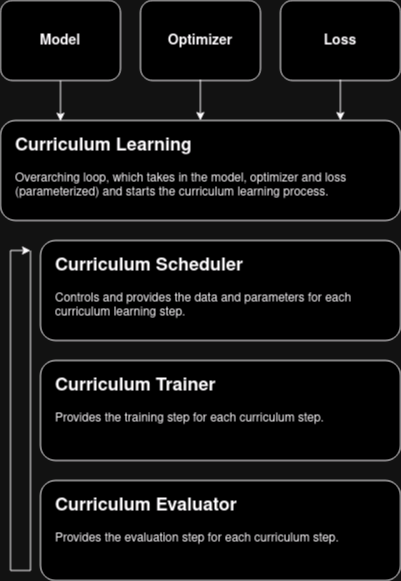
Before: doc/img/curriculum_loop.drawio.png, a diagram exported from draw.io (kotserge/pinn-curriculum-learning). Source tidied: cells renumbered, new cells last; positions are measured from the earlier drawing's top-left corner, leaving out a move shared by most shapes.
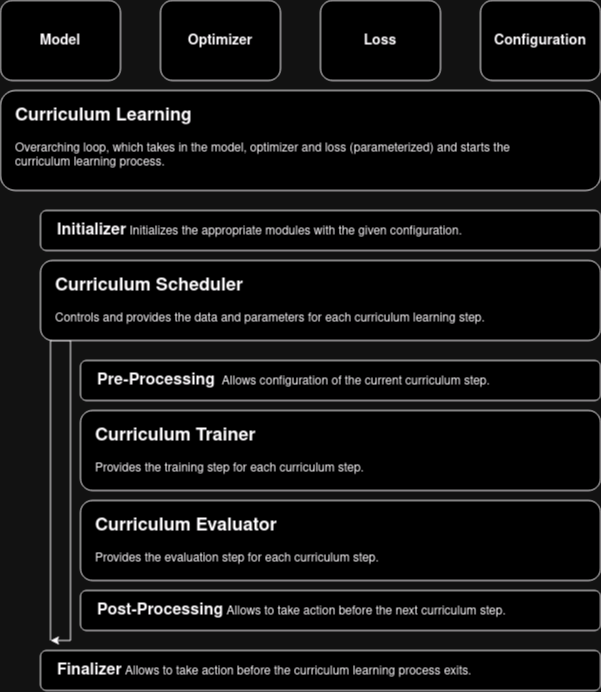
The same file after the commit.

What changed in the source:
```diff
@@ -3,72 +3,87 @@
     <mxCell id="0" />
     <mxCell id="1" parent="0" />
     <mxCell id="2" style="rounded=1;whiteSpace=wrap;html=1;" parent="1" vertex="1">
-      <mxGeometry width="120" height="80" as="geometry" />
+      <mxGeometry x="-40" y="30" width="120" height="80" as="geometry" />
     </mxCell>
     <mxCell id="3" style="rounded=1;whiteSpace=wrap;html=1;" parent="1" vertex="1">
-      <mxGeometry x="140" width="120" height="80" as="geometry" />
+      <mxGeometry x="120" y="30" width="120" height="80" as="geometry" />
     </mxCell>
     <mxCell id="4" style="rounded=1;whiteSpace=wrap;html=1;" parent="1" vertex="1">
-      <mxGeometry x="280" width="120" height="80" as="geometry" />
+      <mxGeometry x="280" y="30" width="120" height="80" as="geometry" />
     </mxCell>
     <mxCell id="5" value="&lt;h3&gt;Model&lt;/h3&gt;" style="text;html=1;strokeColor=none;fillColor=none;align=center;verticalAlign=middle;whiteSpace=wrap;rounded=0;" parent="1" vertex="1">
-      <mxGeometry x="30" y="25" width="60" height="30" as="geometry" />
+      <mxGeometry x="-10" y="55" width="60" height="30" as="geometry" />
     </mxCell>
     <mxCell id="6" value="&lt;h3&gt;Optimizer&lt;/h3&gt;" style="text;html=1;strokeColor=none;fillColor=none;align=center;verticalAlign=middle;whiteSpace=wrap;rounded=0;" parent="1" vertex="1">
-      <mxGeometry x="170" y="25" width="60" height="30" as="geometry" />
+      <mxGeometry x="150" y="55" width="60" height="30" as="geometry" />
     </mxCell>
     <mxCell id="7" value="&lt;h3&gt;Loss&lt;/h3&gt;" style="text;html=1;strokeColor=none;fillColor=none;align=center;verticalAlign=middle;whiteSpace=wrap;rounded=0;" parent="1" vertex="1">
-      <mxGeometry x="310" y="25" width="60" height="30" as="geometry" />
+      <mxGeometry x="310" y="55" width="60" height="30" as="geometry" />
     </mxCell>
     <mxCell id="8" style="rounded=1;whiteSpace=wrap;html=1;" parent="1" vertex="1">
-      <mxGeometry y="120" width="400" height="100" as="geometry" />
+      <mxGeometry x="-40" y="120" width="600" height="100" as="geometry" />
     </mxCell>
     <mxCell id="9" value="&lt;h2&gt;Curriculum Learning&lt;br&gt;&lt;/h2&gt;&lt;p&gt;Overarching loop, which takes in the model, optimizer and loss (parameterized) and starts the curriculum learning process.&lt;br&gt;&lt;/p&gt;" style="text;html=1;strokeColor=none;fillColor=none;spacing=5;spacingTop=-20;whiteSpace=wrap;overflow=hidden;rounded=0;" parent="1" vertex="1">
-      <mxGeometry x="10" y="130" width="380" height="80" as="geometry" />
+      <mxGeometry x="-30" y="130" width="550" height="80" as="geometry" />
     </mxCell>
     <mxCell id="10" style="rounded=1;whiteSpace=wrap;html=1;" parent="1" vertex="1">
-      <mxGeometry x="40" y="240" width="360" height="100" as="geometry" />
+      <mxGeometry y="240" width="560" height="40" as="geometry" />
     </mxCell>
+    <mxCell id="19" style="endArrow=classic;html=1;rounded=0;" parent="1" edge="1">
+      <mxGeometry relative="1" as="geometry">
+        <mxPoint x="10" y="670" as="sourcePoint" />
+        <mxPoint x="10" y="670" as="targetPoint" />
+        <Array as="points">
+          <mxPoint x="10" y="370" />
+          <mxPoint x="30" y="370" />
+          <mxPoint x="30" y="670" />
+        </Array>
+      </mxGeometry>
+    </mxCell>
+    <mxCell id="20" style="rounded=1;whiteSpace=wrap;html=1;" parent="1" vertex="1">
+      <mxGeometry x="440" y="30" width="120" height="80" as="geometry" />
+    </mxCell>
+    <mxCell id="21" value="&lt;h3&gt;Configuration&lt;/h3&gt;" style="text;html=1;strokeColor=none;fillColor=none;align=center;verticalAlign=middle;whiteSpace=wrap;rounded=0;" parent="1" vertex="1">
+      <mxGeometry x="470" y="55" width="60" height="30" as="geometry" />
+    </mxCell>
+    <mxCell id="22" style="rounded=1;whiteSpace=wrap;html=1;" parent="1" vertex="1">
+      <mxGeometry y="290" width="560" height="80" as="geometry" />
+    </mxCell>
     <mxCell id="11" value="&lt;h2&gt;Curriculum Scheduler&lt;br&gt;&lt;/h2&gt;&lt;p&gt;Controls and provides the data and parameters for each curriculum learning step.&lt;br&gt;&lt;/p&gt;" style="text;html=1;strokeColor=none;fillColor=none;spacing=5;spacingTop=-20;whiteSpace=wrap;overflow=hidden;rounded=0;" parent="1" vertex="1">
-      <mxGeometry x="50" y="250" width="340" height="80" as="geometry" />
+      <mxGeometry x="10" y="300" width="510" height="60" as="geometry" />
     </mxCell>
-    <mxCell id="12" style="rounded=1;whiteSpace=wrap;html=1;" parent="1" vertex="1">
-      <mxGeometry x="40" y="360" width="360" height="100" as="geometry" />
-    </mxCell>
+    <mxCell id="23" value="&lt;font size=&quot;1&quot;&gt;&lt;b style=&quot;font-size: 16px;&quot;&gt;Initializer&lt;/b&gt;&lt;/font&gt; Initializes the appropriate modules with the given configuration." style="text;html=1;strokeColor=none;fillColor=none;align=left;verticalAlign=middle;whiteSpace=wrap;rounded=0;" parent="1" vertex="1">
+      <mxGeometry x="15" y="245" width="490" height="30" as="geometry" />
+    </mxCell>
+    <mxCell id="24" style="rounded=1;whiteSpace=wrap;html=1;" parent="1" vertex="1">
+      <mxGeometry x="40" y="390" width="520" height="40" as="geometry" />
+    </mxCell>
+    <mxCell id="25" value="&lt;font size=&quot;1&quot;&gt;&lt;b style=&quot;font-size: 16px;&quot;&gt;Pre-Processing&lt;/b&gt;&lt;/font&gt;&amp;nbsp; Allows configuration of the current curriculum step." style="text;html=1;strokeColor=none;fillColor=none;align=left;verticalAlign=middle;whiteSpace=wrap;rounded=0;" parent="1" vertex="1">
+      <mxGeometry x="55" y="395" width="490" height="30" as="geometry" />
+    </mxCell>
+    <mxCell id="26" style="rounded=1;whiteSpace=wrap;html=1;" parent="1" vertex="1">
+      <mxGeometry x="40" y="440" width="520" height="80" as="geometry" />
+    </mxCell>
     <mxCell id="13" value="&lt;h2&gt;Curriculum Trainer&lt;br&gt;&lt;/h2&gt;&lt;p&gt;Provides the training step for each curriculum step.&lt;br&gt;&lt;/p&gt;" style="text;html=1;strokeColor=none;fillColor=none;spacing=5;spacingTop=-20;whiteSpace=wrap;overflow=hidden;rounded=0;" parent="1" vertex="1">
-      <mxGeometry x="50" y="370" width="340" height="80" as="geometry" />
+      <mxGeometry x="50" y="450" width="490" height="60" as="geometry" />
     </mxCell>
-    <mxCell id="14" style="rounded=1;whiteSpace=wrap;html=1;" parent="1" vertex="1">
-      <mxGeometry x="40" y="480" width="360" height="100" as="geometry" />
-    </mxCell>
+    <mxCell id="27" style="rounded=1;whiteSpace=wrap;html=1;" parent="1" vertex="1">
+      <mxGeometry x="40" y="530" width="520" height="80" as="geometry" />
+    </mxCell>
     <mxCell id="15" value="&lt;h2&gt;Curriculum Evaluator&lt;br&gt;&lt;/h2&gt;&lt;p&gt;Provides the evaluation step for each curriculum step.&lt;br&gt;&lt;/p&gt;" style="text;html=1;strokeColor=none;fillColor=none;spacing=5;spacingTop=-20;whiteSpace=wrap;overflow=hidden;rounded=0;" parent="1" vertex="1">
-      <mxGeometry x="50" y="490" width="340" height="80" as="geometry" />
+      <mxGeometry x="50" y="540" width="490" height="60" as="geometry" />
     </mxCell>
-    <mxCell id="16" style="endArrow=classic;html=1;rounded=0;exitX=0.5;exitY=1;exitDx=0;exitDy=0;entryX=0.15;entryY=0.007;entryDx=0;entryDy=0;entryPerimeter=0;" parent="1" edge="1" source="2" target="8">
-      <mxGeometry relative="1" as="geometry" />
-    </mxCell>
-    <mxCell id="17" style="endArrow=classic;html=1;rounded=0;exitX=0.5;exitY=1;exitDx=0;exitDy=0;entryX=0.15;entryY=0.007;entryDx=0;entryDy=0;entryPerimeter=0;" parent="1" edge="1">
-      <mxGeometry relative="1" as="geometry">
-        <mxPoint x="199.9" y="79" as="sourcePoint" />
-        <mxPoint x="199.9" y="120" as="targetPoint" />
-      </mxGeometry>
-    </mxCell>
-    <mxCell id="18" style="endArrow=classic;html=1;rounded=0;exitX=0.5;exitY=1;exitDx=0;exitDy=0;entryX=0.15;entryY=0.007;entryDx=0;entryDy=0;entryPerimeter=0;" parent="1" edge="1">
-      <mxGeometry relative="1" as="geometry">
-        <mxPoint x="339.9" y="79" as="sourcePoint" />
-        <mxPoint x="339.9" y="120" as="targetPoint" />
-      </mxGeometry>
-    </mxCell>
-    <mxCell id="19" style="endArrow=classic;html=1;rounded=0;" parent="1" edge="1">
-      <mxGeometry relative="1" as="geometry">
-        <mxPoint x="30" y="250" as="sourcePoint" />
-        <mxPoint x="30" y="250" as="targetPoint" />
-        <Array as="points">
-          <mxPoint x="30" y="570" />
-          <mxPoint x="10" y="570" />
-          <mxPoint x="10" y="250" />
-        </Array>
-      </mxGeometry>
-    </mxCell>
+    <mxCell id="28" style="rounded=1;whiteSpace=wrap;html=1;" parent="1" vertex="1">
+      <mxGeometry x="40" y="620" width="520" height="40" as="geometry" />
+    </mxCell>
+    <mxCell id="29" value="&lt;font size=&quot;1&quot;&gt;&lt;b style=&quot;font-size: 16px;&quot;&gt;Post-Processing&lt;/b&gt;&lt;/font&gt; Allows to take action before the next curriculum step.&amp;nbsp; " style="text;html=1;strokeColor=none;fillColor=none;align=left;verticalAlign=middle;whiteSpace=wrap;rounded=0;" parent="1" vertex="1">
+      <mxGeometry x="55" y="625" width="490" height="30" as="geometry" />
+    </mxCell>
+    <mxCell id="30" style="rounded=1;whiteSpace=wrap;html=1;" parent="1" vertex="1">
+      <mxGeometry y="680" width="560" height="40" as="geometry" />
+    </mxCell>
+    <mxCell id="31" value="&lt;font size=&quot;1&quot;&gt;&lt;b style=&quot;font-size: 16px;&quot;&gt;Finalizer&lt;/b&gt;&lt;/font&gt; Allows to take action before the curriculum learning process exits." style="text;html=1;strokeColor=none;fillColor=none;align=left;verticalAlign=middle;whiteSpace=wrap;rounded=0;" parent="1" vertex="1">
+      <mxGeometry x="15" y="685" width="490" height="30" as="geometry" />
+    </mxCell>
   </root>
 </mxGraphModel>
```
